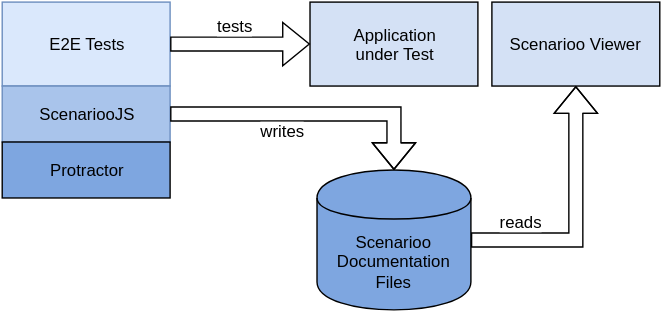
This is images/draw.io/ScenariooJSTestArchitecture.svg from Zuehlke/scenarioo-js-ctd-session, a draw.io export, as it was before one commit. Source tidied: cells renumbered, new cells last; positions are measured from the earlier drawing's top-left corner, leaving out a move shared by most shapes. The source it was exported from:
```xml
<mxGraphModel background="#ffffff">
  <root>
    <mxCell id="0" />
    <mxCell id="1" parent="0" />
    <mxCell id="2" style="group;" parent="1" vertex="1">
      <mxGeometry width="470" height="220" as="geometry" />
    </mxCell>
    <mxCell id="3" value="E2E Tests" style="whiteSpace=wrap;html=1;fillColor=#dae8fc;strokeColor=#6c8ebf;fontStyle=0;" parent="2" vertex="1">
      <mxGeometry width="120" height="60" as="geometry" />
    </mxCell>
    <mxCell id="4" value="ScenariooJS" style="whiteSpace=wrap;html=1;fillColor=#A9C4EB;strokeColor=#6c8ebf;" parent="2" vertex="1">
      <mxGeometry y="60" width="120" height="40" as="geometry" />
    </mxCell>
    <mxCell id="5" value="Protractor" style="whiteSpace=wrap;html=1;fillColor=#7EA6E0;" parent="2" vertex="1">
      <mxGeometry y="100" width="120" height="40" as="geometry" />
    </mxCell>
    <mxCell id="6" value="Application&lt;div&gt;under Test&lt;/div&gt;" style="whiteSpace=wrap;html=1;fillColor=#D4E1F5;fontStyle=0;" parent="2" vertex="1">
      <mxGeometry x="220" width="120" height="60" as="geometry" />
    </mxCell>
    <mxCell id="7" style="edgeStyle=orthogonalEdgeStyle;rounded=0;html=1;exitX=1;exitY=0.5;entryX=0;entryY=0.5;jettySize=auto;shape=flexArrow;" parent="2" edge="1" source="3" target="6">
      <mxGeometry relative="1" as="geometry" />
    </mxCell>
    <mxCell id="8" value="tests" style="text;html=1;align=center;verticalAlign=middle;labelBackgroundColor=#ffffff;" parent="7" vertex="1">
      <mxGeometry x="-0.57" y="3" relative="1" as="geometry">
        <mxPoint x="24" y="-11" as="offset" />
      </mxGeometry>
    </mxCell>
    <mxCell id="9" value="Scenarioo Viewer" style="whiteSpace=wrap;html=1;fillColor=#D4E1F5;" parent="2" vertex="1">
      <mxGeometry x="350" width="120" height="60" as="geometry" />
    </mxCell>
    <mxCell id="10" style="edgeStyle=orthogonalEdgeStyle;shape=flexArrow;rounded=0;html=1;exitX=1;exitY=0.5;entryX=0.5;entryY=1;jettySize=auto;" parent="2" edge="1" source="12" target="9">
      <mxGeometry relative="1" as="geometry">
        <Array as="points">
          <mxPoint x="410" y="170" />
        </Array>
      </mxGeometry>
    </mxCell>
    <mxCell id="11" value="reads" style="text;html=1;align=center;verticalAlign=middle;labelBackgroundColor=#ffffff;" parent="10" vertex="1">
      <mxGeometry x="-0.38" relative="1" as="geometry">
        <mxPoint x="-22" y="-14" as="offset" />
      </mxGeometry>
    </mxCell>
    <mxCell id="12" value="&lt;div&gt;&lt;span&gt;&lt;br&gt;&lt;/span&gt;&lt;/div&gt;&lt;div&gt;&lt;span&gt;&lt;br&gt;&lt;/span&gt;&lt;/div&gt;&lt;div&gt;&lt;span&gt;Scenarioo Documentation&lt;/span&gt;&lt;br&gt;&lt;/div&gt;&lt;div&gt;Files&lt;/div&gt;" style="shape=cylinder;whiteSpace=wrap;html=1;fillColor=#7EA6E0;" parent="2" vertex="1">
      <mxGeometry x="225" y="120" width="110" height="100" as="geometry" />
    </mxCell>
    <mxCell id="13" style="edgeStyle=orthogonalEdgeStyle;shape=flexArrow;rounded=0;html=1;exitX=1;exitY=0.5;entryX=0.5;entryY=0;jettySize=auto;" parent="2" edge="1" source="4" target="12">
      <mxGeometry relative="1" as="geometry">
        <Array as="points">
          <mxPoint x="280" y="80" />
        </Array>
      </mxGeometry>
    </mxCell>
    <mxCell id="14" value="writes" style="text;html=1;align=center;verticalAlign=middle;labelBackgroundColor=#ffffff;" parent="13" vertex="1">
      <mxGeometry x="0.17" y="-1" relative="1" as="geometry">
        <mxPoint x="-37" y="10" as="offset" />
      </mxGeometry>
    </mxCell>
  </root>
</mxGraphModel>
```
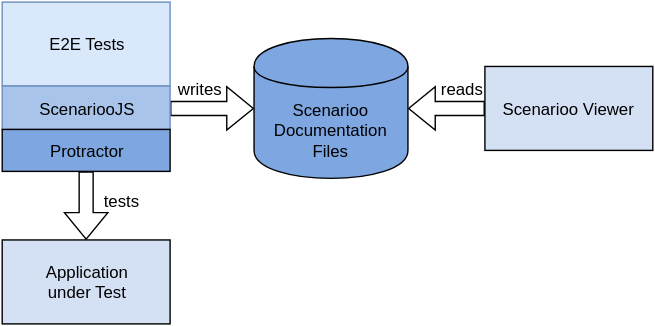
After the change.

Commit message:
update svg of scenarioo architecture

Diff of the diagram source:
```diff
@@ -2,58 +2,47 @@
   <root>
     <mxCell id="0" />
     <mxCell id="1" parent="0" />
-    <mxCell id="2" style="group;" parent="1" vertex="1">
-      <mxGeometry width="470" height="220" as="geometry" />
-    </mxCell>
-    <mxCell id="3" value="E2E Tests" style="whiteSpace=wrap;html=1;fillColor=#dae8fc;strokeColor=#6c8ebf;fontStyle=0;" parent="2" vertex="1">
-      <mxGeometry width="120" height="60" as="geometry" />
+    <mxCell id="3" value="E2E Tests" style="whiteSpace=wrap;html=1;fillColor=#dae8fc;strokeColor=#6c8ebf;fontStyle=0;" parent="1" vertex="1">
+      <mxGeometry x="-1" y="-24" width="120" height="60" as="geometry" />
     </mxCell>
+    <mxCell id="13" style="edgeStyle=orthogonalEdgeStyle;shape=flexArrow;rounded=0;html=1;exitX=1;exitY=0.5;jettySize=auto;" parent="1" edge="1" source="4" target="12">
+      <mxGeometry relative="1" as="geometry" />
+    </mxCell>
+    <mxCell id="14" value="writes" style="text;html=1;align=center;verticalAlign=middle;labelBackgroundColor=#ffffff;" parent="13" vertex="1">
+      <mxGeometry x="0.03" y="-7" relative="1" as="geometry">
+        <mxPoint x="-10" y="-22" as="offset" />
+      </mxGeometry>
+    </mxCell>
-    <mxCell id="4" value="ScenariooJS" style="whiteSpace=wrap;html=1;fillColor=#A9C4EB;strokeColor=#6c8ebf;" parent="2" vertex="1">
-      <mxGeometry y="60" width="120" height="40" as="geometry" />
+    <mxCell id="4" value="ScenariooJS" style="whiteSpace=wrap;html=1;fillColor=#A9C4EB;strokeColor=#6c8ebf;" parent="1" vertex="1">
+      <mxGeometry x="-1" y="36" width="120" height="31" as="geometry" />
     </mxCell>
-    <mxCell id="5" value="Protractor" style="whiteSpace=wrap;html=1;fillColor=#7EA6E0;" parent="2" vertex="1">
-      <mxGeometry y="100" width="120" height="40" as="geometry" />
+    <mxCell id="5" value="Protractor" style="whiteSpace=wrap;html=1;fillColor=#7EA6E0;" parent="1" vertex="1">
+      <mxGeometry x="-1" y="67" width="120" height="30" as="geometry" />
     </mxCell>
+    <mxCell id="15" style="edgeStyle=orthogonalEdgeStyle;shape=flexArrow;rounded=0;html=1;exitX=0;exitY=0.5;entryX=1;entryY=0.5;jettySize=auto;" parent="1" edge="1" source="9" target="12">
+      <mxGeometry relative="1" as="geometry" />
+    </mxCell>
+    <mxCell id="11" value="reads" style="text;html=1;align=center;verticalAlign=middle;labelBackgroundColor=#ffffff;" parent="15" vertex="1">
+      <mxGeometry x="-0.27" y="1" relative="1" as="geometry">
+        <mxPoint x="3" y="-16" as="offset" />
+      </mxGeometry>
+    </mxCell>
+    <mxCell id="9" value="Scenarioo Viewer" style="whiteSpace=wrap;html=1;fillColor=#D4E1F5;" parent="1" vertex="1">
+      <mxGeometry x="344" y="22" width="120" height="60" as="geometry" />
+    </mxCell>
+    <mxCell id="12" value="&lt;div&gt;&lt;span&gt;&lt;br&gt;&lt;/span&gt;&lt;/div&gt;&lt;div&gt;&lt;span&gt;&lt;br&gt;&lt;/span&gt;&lt;/div&gt;&lt;div&gt;&lt;span&gt;Scenarioo Documentation&lt;/span&gt;&lt;br&gt;&lt;/div&gt;&lt;div&gt;Files&lt;/div&gt;" style="shape=cylinder;whiteSpace=wrap;html=1;fillColor=#7EA6E0;" parent="1" vertex="1">
+      <mxGeometry x="179" y="2" width="110" height="100" as="geometry" />
+    </mxCell>
-    <mxCell id="6" value="Application&lt;div&gt;under Test&lt;/div&gt;" style="whiteSpace=wrap;html=1;fillColor=#D4E1F5;fontStyle=0;" parent="2" vertex="1">
-      <mxGeometry x="220" width="120" height="60" as="geometry" />
+    <mxCell id="6" value="Application&lt;div&gt;under Test&lt;/div&gt;" style="whiteSpace=wrap;html=1;fillColor=#D4E1F5;fontStyle=0;" parent="1" vertex="1">
+      <mxGeometry x="-1" y="146" width="120" height="60" as="geometry" />
     </mxCell>
-    <mxCell id="7" style="edgeStyle=orthogonalEdgeStyle;rounded=0;html=1;exitX=1;exitY=0.5;entryX=0;entryY=0.5;jettySize=auto;shape=flexArrow;" parent="2" edge="1" source="3" target="6">
+    <mxCell id="7" style="edgeStyle=orthogonalEdgeStyle;rounded=0;html=1;exitX=0.5;exitY=1;jettySize=auto;shape=flexArrow;" parent="1" edge="1" source="5" target="6">
       <mxGeometry relative="1" as="geometry" />
     </mxCell>
     <mxCell id="8" value="tests" style="text;html=1;align=center;verticalAlign=middle;labelBackgroundColor=#ffffff;" parent="7" vertex="1">
       <mxGeometry x="-0.57" y="3" relative="1" as="geometry">
-        <mxPoint x="24" y="-11" as="offset" />
+        <mxPoint x="22" y="9" as="offset" />
       </mxGeometry>
     </mxCell>
-    <mxCell id="9" value="Scenarioo Viewer" style="whiteSpace=wrap;html=1;fillColor=#D4E1F5;" parent="2" vertex="1">
-      <mxGeometry x="350" width="120" height="60" as="geometry" />
-    </mxCell>
-    <mxCell id="10" style="edgeStyle=orthogonalEdgeStyle;shape=flexArrow;rounded=0;html=1;exitX=1;exitY=0.5;entryX=0.5;entryY=1;jettySize=auto;" parent="2" edge="1" source="12" target="9">
-      <mxGeometry relative="1" as="geometry">
-        <Array as="points">
-          <mxPoint x="410" y="170" />
-        </Array>
-      </mxGeometry>
-    </mxCell>
-    <mxCell id="11" value="reads" style="text;html=1;align=center;verticalAlign=middle;labelBackgroundColor=#ffffff;" parent="10" vertex="1">
-      <mxGeometry x="-0.38" relative="1" as="geometry">
-        <mxPoint x="-22" y="-14" as="offset" />
-      </mxGeometry>
-    </mxCell>
-    <mxCell id="12" value="&lt;div&gt;&lt;span&gt;&lt;br&gt;&lt;/span&gt;&lt;/div&gt;&lt;div&gt;&lt;span&gt;&lt;br&gt;&lt;/span&gt;&lt;/div&gt;&lt;div&gt;&lt;span&gt;Scenarioo Documentation&lt;/span&gt;&lt;br&gt;&lt;/div&gt;&lt;div&gt;Files&lt;/div&gt;" style="shape=cylinder;whiteSpace=wrap;html=1;fillColor=#7EA6E0;" parent="2" vertex="1">
-      <mxGeometry x="225" y="120" width="110" height="100" as="geometry" />
-    </mxCell>
-    <mxCell id="13" style="edgeStyle=orthogonalEdgeStyle;shape=flexArrow;rounded=0;html=1;exitX=1;exitY=0.5;entryX=0.5;entryY=0;jettySize=auto;" parent="2" edge="1" source="4" target="12">
-      <mxGeometry relative="1" as="geometry">
-        <Array as="points">
-          <mxPoint x="280" y="80" />
-        </Array>
-      </mxGeometry>
-    </mxCell>
-    <mxCell id="14" value="writes" style="text;html=1;align=center;verticalAlign=middle;labelBackgroundColor=#ffffff;" parent="13" vertex="1">
-      <mxGeometry x="0.17" y="-1" relative="1" as="geometry">
-        <mxPoint x="-37" y="10" as="offset" />
-      </mxGeometry>
-    </mxCell>
   </root>
 </mxGraphModel>
```
